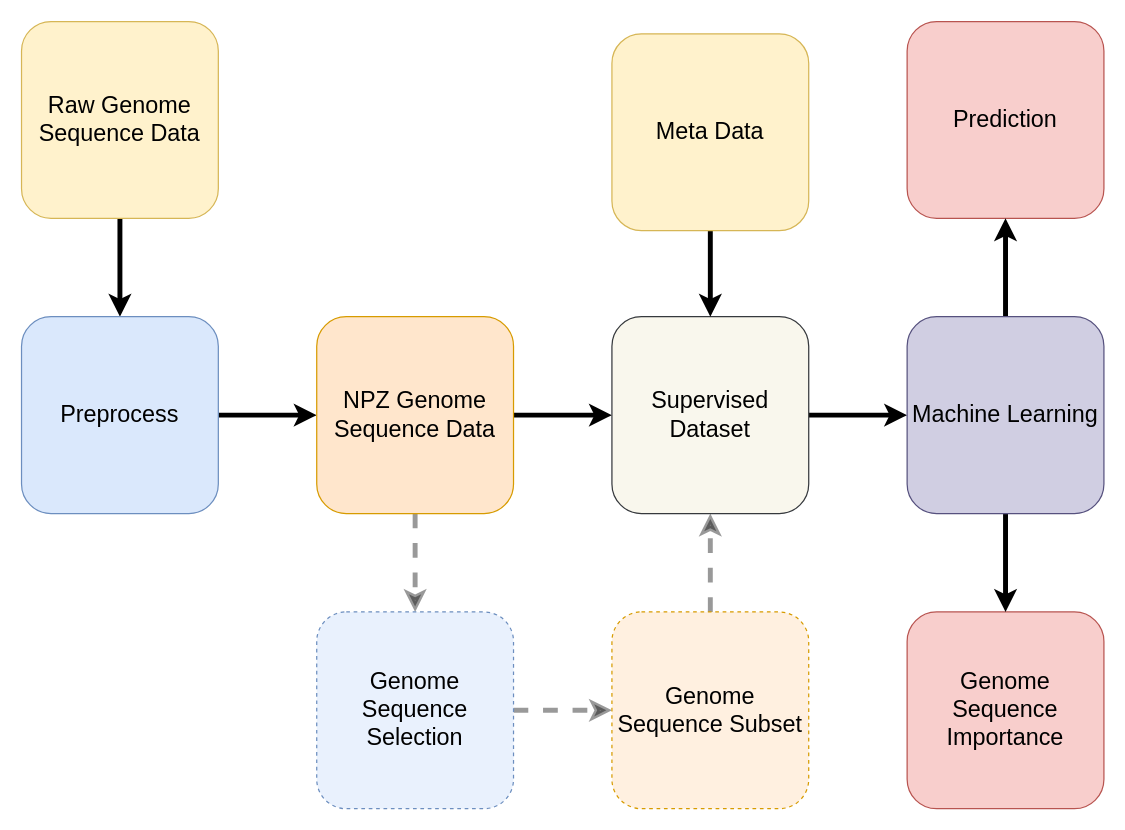
jordan-wei-taylor/genolearn keeps this draw.io diagram as page "overview-horizontal" (2 of 5) of doc/_static/diagrams.drawio. Above is the earlier version. Source tidied: cells renumbered, new cells numbered last; positions are measured from the earlier drawing's top-left corner, leaving out a move shared by most shapes. Both pictures are drawn from the tidied source at 123%, with x=0, y=0 at pixel (21, 21).
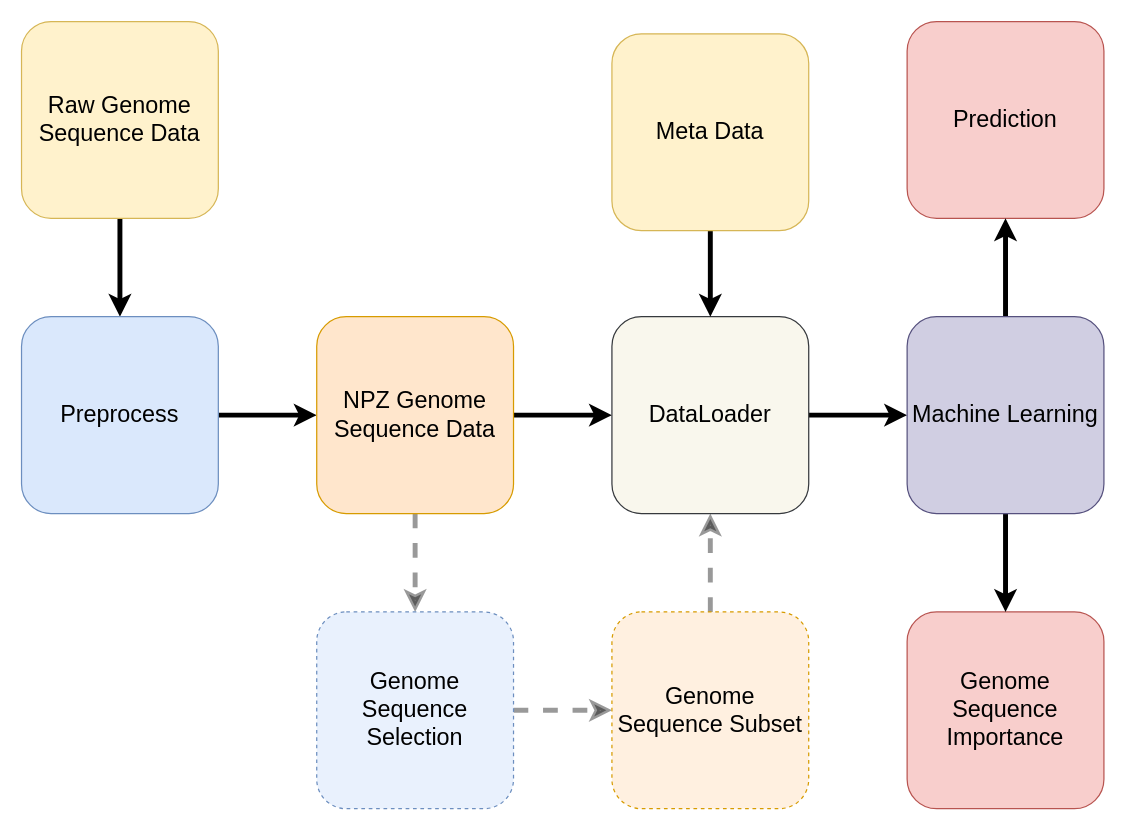
The same page after the edit.

Change to the diagram source:
```diff
@@
-    <mxCell id="14" value="Supervised Dataset" style="rounded=1;whiteSpace=wrap;html=1;fontSize=19;fillColor=#f9f7ed;strokeColor=#36393d;" parent="1" vertex="1">
+    <mxCell id="14" value="DataLoader" style="rounded=1;whiteSpace=wrap;html=1;fontSize=19;fillColor=#f9f7ed;strokeColor=#36393d;" parent="1" vertex="1">
       <mxGeometry x="480" y="240" width="160" height="160" as="geometry" />
     </mxCell>
```
